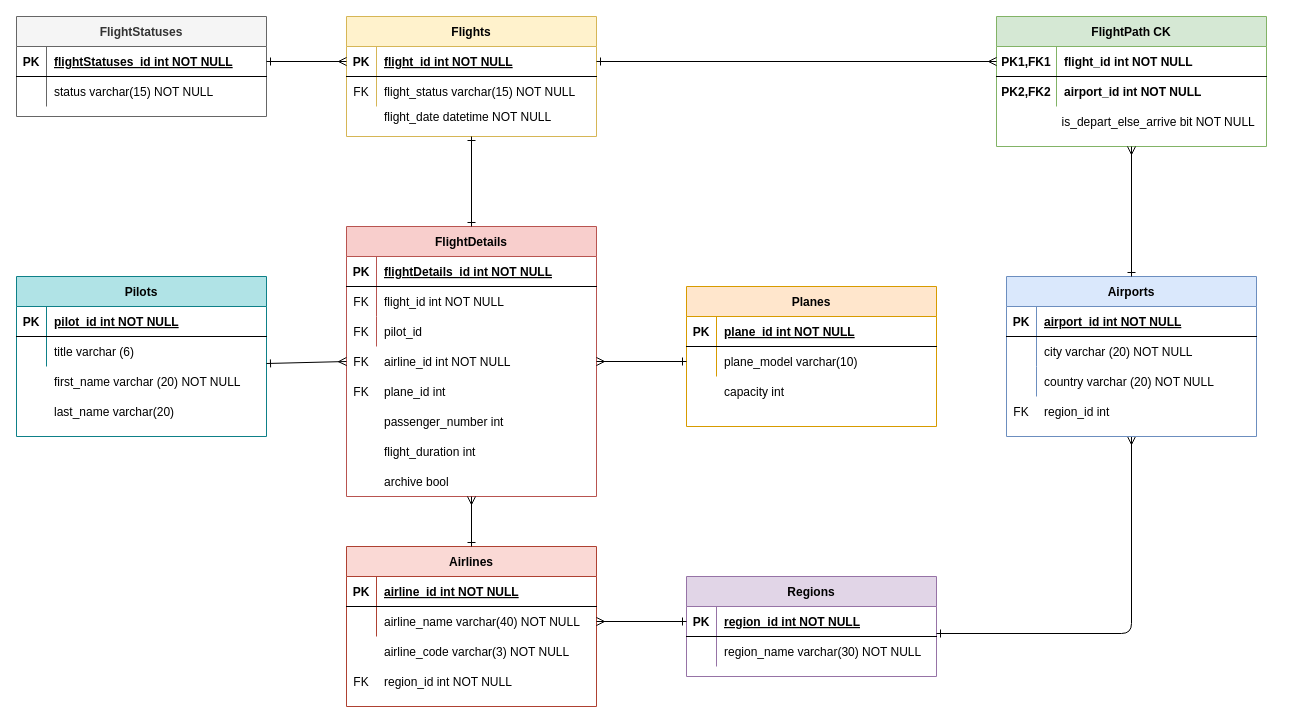
This is Draw.io/spartaFlight.drawio from tak-li98/SpartaFlightManager, a draw.io file, before an edit. Source tidied: cells renumbered, new cells numbered last; positions are measured from the earlier drawing's top-left corner, leaving out a move shared by most shapes. Both pictures are drawn from the tidied source at 100%, with x=0, y=0 at pixel (16, 16).
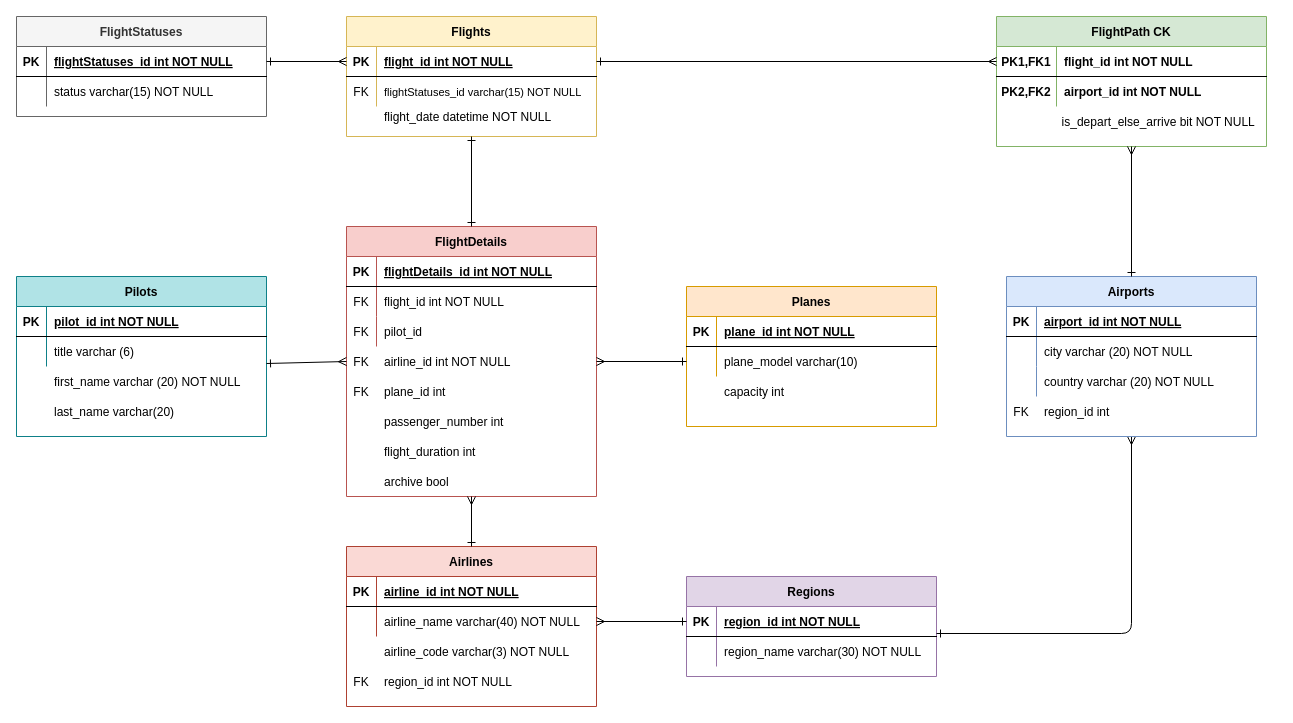
After the change.

The change refers to these unchanged cells:
```xml
<mxCell id="16" style="shape=partialRectangle;fillColor=none;top=0;left=0;right=0;bottom=0;" parent="12" vertex="1">
  <mxGeometry y="60" width="250" height="30" as="geometry" />
</mxCell>
```

What changed in the source:
```diff
@@
-    <mxCell id="18" value="flight_status varchar(15) NOT NULL" style="shape=partialRectangle;overflow=hidden;fillColor=none;top=0;left=0;bottom=0;right=0;align=left;spacingLeft=6;fontSize=12;" parent="16" vertex="1">
+    <mxCell id="18" value="flightStatuses_id varchar(15) NOT NULL" style="shape=partialRectangle;overflow=hidden;fillColor=none;top=0;left=0;bottom=0;right=0;align=left;spacingLeft=6;fontSize=11;" parent="16" vertex="1">
       <mxGeometry x="30" width="220" height="30" as="geometry" />
     </mxCell>
```
